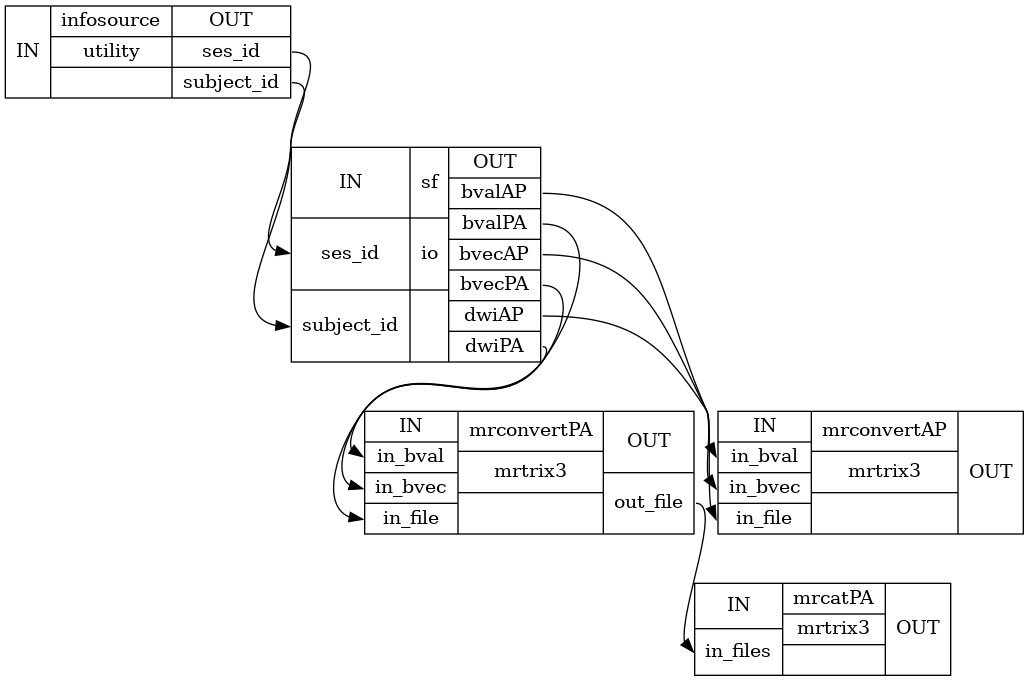
Above: graph_dc_detailed.png in FRramon/pytracto (Graphviz), before the change. Its source is kept beside it as graph_dc_detailed.dot. The source it was exported from:
```dot
digraph structs {
node [shape=record];
wf_dcinfosource [label="{IN}|{ infosource | utility |  }|{OUT|<outsesid> ses_id|<outsubjectid> subject_id}"];
wf_dcsf [label="{IN|<insesid> ses_id|<insubjectid> subject_id}|{ sf | io |  }|{OUT|<outbvalAP> bvalAP|<outbvalPA> bvalPA|<outbvecAP> bvecAP|<outbvecPA> bvecPA|<outdwiAP> dwiAP|<outdwiPA> dwiPA}"];
wf_dcmrconvertPA [label="{IN|<ininbval> in_bval|<ininbvec> in_bvec|<ininfile> in_file}|{ mrconvertPA | mrtrix3 |  }|{OUT|<outoutfile> out_file}"];
wf_dcmrconvertAP [label="{IN|<ininbval> in_bval|<ininbvec> in_bvec|<ininfile> in_file}|{ mrconvertAP | mrtrix3 |  }|{OUT}"];
wf_dcmrcatPA [label="{IN|<ininfiles> in_files}|{ mrcatPA | mrtrix3 |  }|{OUT}"];
wf_dcinfosource:outsesid:e -> wf_dcsf:insesid:w;
wf_dcinfosource:outsubjectid:e -> wf_dcsf:insubjectid:w;
wf_dcmrconvertPA:outoutfile:e -> wf_dcmrcatPA:ininfiles:w;
wf_dcsf:outbvalAP:e -> wf_dcmrconvertAP:ininbval:w;
wf_dcsf:outbvalPA:e -> wf_dcmrconvertPA:ininbval:w;
wf_dcsf:outbvecAP:e -> wf_dcmrconvertAP:ininbvec:w;
wf_dcsf:outbvecPA:e -> wf_dcmrconvertPA:ininbvec:w;
wf_dcsf:outdwiAP:e -> wf_dcmrconvertAP:ininfile:w;
wf_dcsf:outdwiPA:e -> wf_dcmrconvertPA:ininfile:w;
}
```
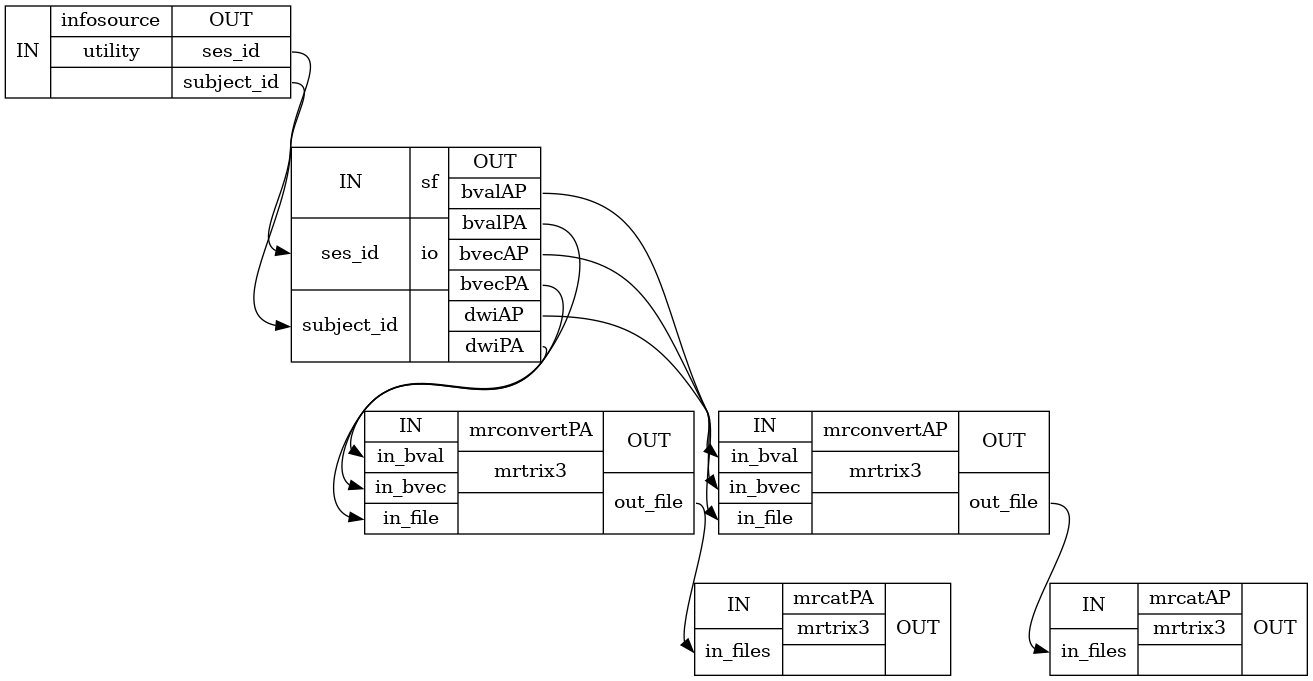
After the commit.

The edit, as a diff of the source:
```diff
@@ -3,10 +3,12 @@
 wf_dcinfosource [label="{IN}|{ infosource | utility |  }|{OUT|<outsesid> ses_id|<outsubjectid> subject_id}"];
 wf_dcsf [label="{IN|<insesid> ses_id|<insubjectid> subject_id}|{ sf | io |  }|{OUT|<outbvalAP> bvalAP|<outbvalPA> bvalPA|<outbvecAP> bvecAP|<outbvecPA> bvecPA|<outdwiAP> dwiAP|<outdwiPA> dwiPA}"];
 wf_dcmrconvertPA [label="{IN|<ininbval> in_bval|<ininbvec> in_bvec|<ininfile> in_file}|{ mrconvertPA | mrtrix3 |  }|{OUT|<outoutfile> out_file}"];
-wf_dcmrconvertAP [label="{IN|<ininbval> in_bval|<ininbvec> in_bvec|<ininfile> in_file}|{ mrconvertAP | mrtrix3 |  }|{OUT}"];
+wf_dcmrconvertAP [label="{IN|<ininbval> in_bval|<ininbvec> in_bvec|<ininfile> in_file}|{ mrconvertAP | mrtrix3 |  }|{OUT|<outoutfile> out_file}"];
 wf_dcmrcatPA [label="{IN|<ininfiles> in_files}|{ mrcatPA | mrtrix3 |  }|{OUT}"];
+wf_dcmrcatAP [label="{IN|<ininfiles> in_files}|{ mrcatAP | mrtrix3 |  }|{OUT}"];
 wf_dcinfosource:outsesid:e -> wf_dcsf:insesid:w;
 wf_dcinfosource:outsubjectid:e -> wf_dcsf:insubjectid:w;
+wf_dcmrconvertAP:outoutfile:e -> wf_dcmrcatAP:ininfiles:w;
 wf_dcmrconvertPA:outoutfile:e -> wf_dcmrcatPA:ininfiles:w;
 wf_dcsf:outbvalAP:e -> wf_dcmrconvertAP:ininbval:w;
 wf_dcsf:outbvalPA:e -> wf_dcmrconvertPA:ininbval:w;
```
